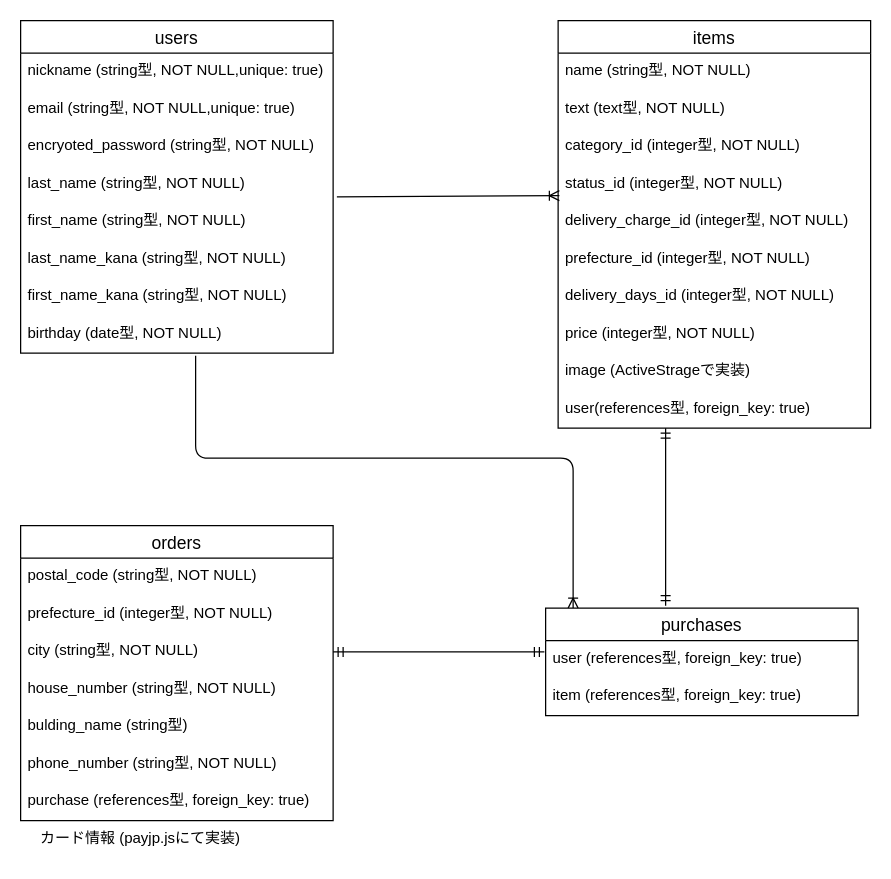
Earlier version of the draw.io diagram furimaER.dio (Harano0512/furima-35536). Source tidied: cells renumbered, new cells numbered last; positions are measured from the earlier drawing's top-left corner, leaving out a move shared by most shapes. Both pictures are drawn from the tidied source at 125%, with x=0, y=0 at pixel (20, 20).
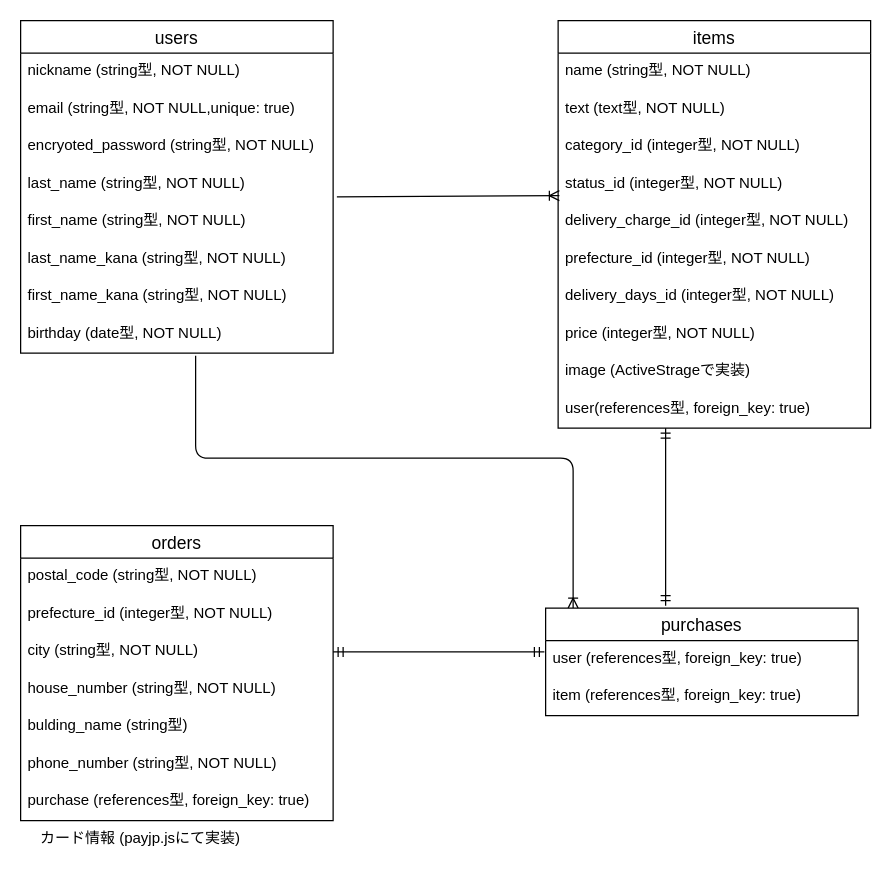
After the change.

Commit message (it also covers changes not shown here):
ER図・README修正

The change refers to these unchanged cells:
```xml
<mxCell id="2" value="users" style="swimlane;fontStyle=0;horizontal=1;startSize=26;align=center;fontSize=14;" parent="1" vertex="1">
  <mxGeometry width="250" height="266" as="geometry" />
</mxCell>
```

Change to the diagram source:
```diff
@@
-    <mxCell id="3" value="nickname (string型, NOT NULL,unique: true)" style="text;strokeColor=none;fillColor=none;spacingLeft=4;spacingRight=4;overflow=hidden;fontSize=12;" parent="2" vertex="1">
+    <mxCell id="3" value="nickname (string型, NOT NULL)" style="text;strokeColor=none;fillColor=none;spacingLeft=4;spacingRight=4;overflow=hidden;fontSize=12;" parent="2" vertex="1">
       <mxGeometry y="26" width="250" height="30" as="geometry" />
     </mxCell>
```
